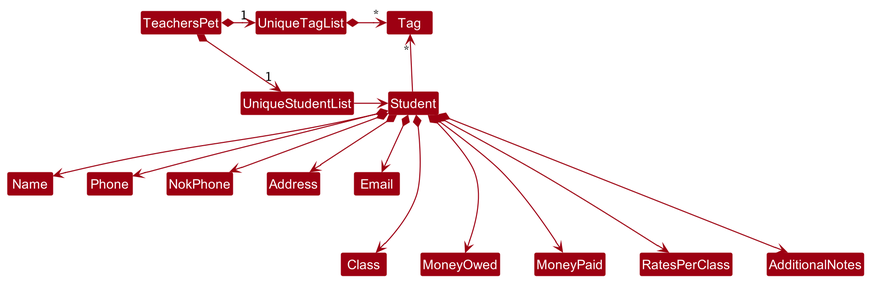
Earlier version of the PlantUML export docs/images/DG-images/BetterModelClassDiagram.png (nus-cs2103-AY2223S1/tp). Its source is kept beside it as docs/diagrams/BetterModelClassDiagram.puml. The source it was exported from:
```plantuml
@startuml
!include style.puml
skinparam arrowThickness 1.1
skinparam arrowColor MODEL_COLOR
skinparam classBackgroundColor MODEL_COLOR

TeachersPet *-right-> "1" UniqueStudentList
TeachersPet *-right-> "1" UniqueTagList
UniqueTagList -[hidden]down- UniqueStudentList
UniqueTagList -[hidden]down- UniqueStudentList

UniqueTagList *-right-> "*" Tag
UniqueStudentList -right-> Student

Student -up-> "*" Tag

Student *--> Name
Student *--> Phone
Student *--> NokPhone
Student *--> Email
Student *--> Address
Student *--> Class
Student *--> MoneyOwed
Student *--> MoneyPaid
Student *--> RatesPerClass
Student *--> AdditionalNotes

Name -[hidden]right-> Phone
Phone -[hidden]right-> NokPhone
NokPhone -[hidden]right-> Address
Address -[hidden]right-> Email
Name -[hidden]down-> Class
Class -[hidden]right-> MoneyOwed
MoneyOwed -[hidden]right-> MoneyPaid
MoneyPaid -[hidden]right-> RatesPerClass
RatesPerClass -[hidden]right-> AdditionalNotes
@enduml
```
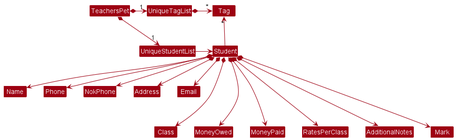
After the commit.

Change to the diagram source:
```diff
@@ -24,6 +24,7 @@
 Student *--> MoneyPaid
 Student *--> RatesPerClass
 Student *--> AdditionalNotes
+Student *--> Mark
 
 Name -[hidden]right-> Phone
 Phone -[hidden]right-> NokPhone
@@ -34,4 +35,5 @@
 MoneyOwed -[hidden]right-> MoneyPaid
 MoneyPaid -[hidden]right-> RatesPerClass
 RatesPerClass -[hidden]right-> AdditionalNotes
+AdditionalNotes -[hidden]right-> Mark
 @enduml
```
